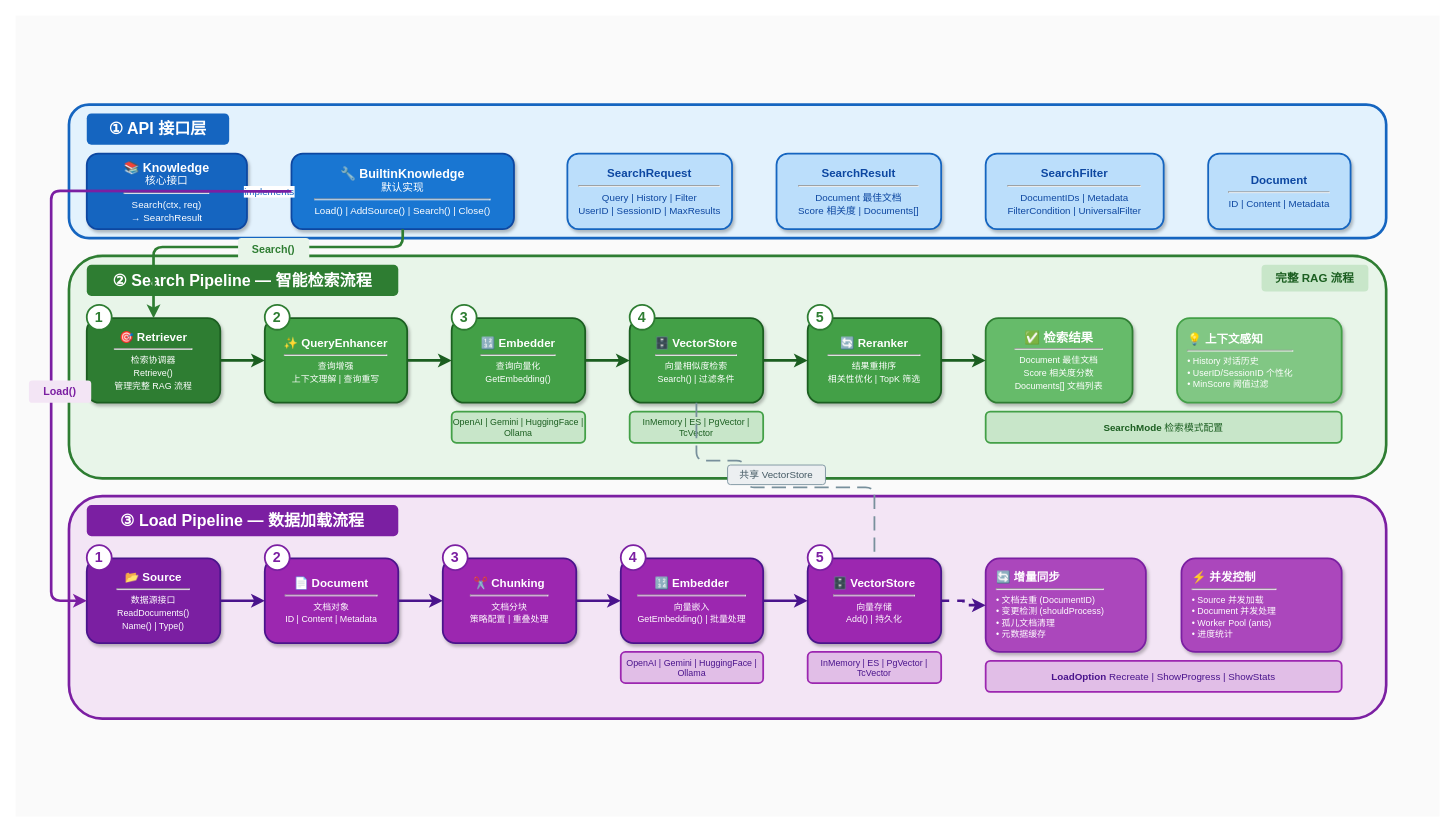
Before: knowledge/knowledge_architecture.drawio in sandyskies/trpc-agent-go, a draw.io diagram. Source tidied: cells renumbered, new cells numbered last; positions are measured from the earlier drawing's top-left corner, leaving out a move shared by most shapes. Both pictures are drawn from the tidied source at 89%, with x=0, y=0 at pixel (15, 15).
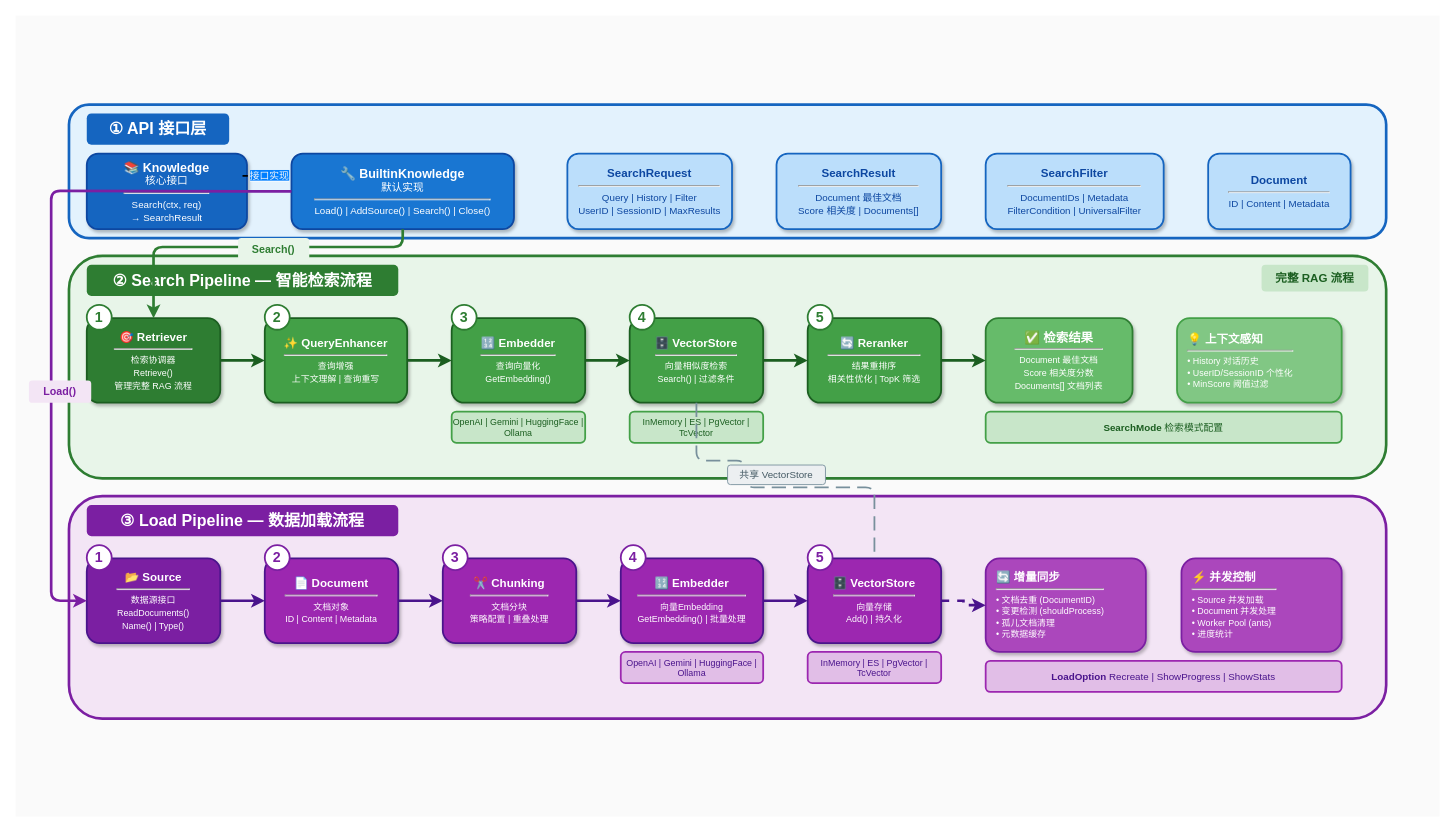
Above is the later version.

Unchanged cells that the change refers to:
```xml
<mxCell id="5" value="&lt;b style=&quot;font-size:14px&quot;&gt;📚 Knowledge&lt;/b&gt;&lt;br&gt;&lt;font style=&quot;font-size: 12px;&quot;&gt;核心接口&lt;/font&gt;&lt;hr style=&quot;margin:5px 0&quot;&gt;&lt;font style=&quot;font-size: 11px;&quot;&gt;Search(ctx, req)&lt;br&gt;→ SearchResult&lt;/font&gt;" style="rounded=1;whiteSpace=wrap;html=1;fillColor=#1565c0;strokeColor=#0d47a1;fontSize=12;align=center;fontColor=#ffffff;shadow=1;strokeWidth=2;" parent="1" vertex="1">
  <mxGeometry x="80" y="155" width="180" height="85" as="geometry" />
</mxCell>
<mxCell id="6" value="&lt;b style=&quot;font-size:14px&quot;&gt;🔧 BuiltinKnowledge&lt;/b&gt;&lt;br&gt;&lt;font style=&quot;font-size: 12px;&quot;&gt;默认实现&lt;/font&gt;&lt;hr style=&quot;margin:5px 0&quot;&gt;&lt;font style=&quot;font-size: 11px;&quot;&gt;Load() | AddSource() | Search() | Close()&lt;/font&gt;" style="rounded=1;whiteSpace=wrap;html=1;fillColor=#1976d2;strokeColor=#0d47a1;fontSize=12;align=center;fontColor=#ffffff;shadow=1;strokeWidth=2;" parent="1" vertex="1">
  <mxGeometry x="310" y="155" width="250" height="85" as="geometry" />
</mxCell>
<mxCell id="36" value="&lt;b style=&quot;font-size:13px&quot;&gt;📂 Source&lt;/b&gt;&lt;hr style=&quot;margin:4px 0&quot;&gt;&lt;font style=&quot;font-size: 10px;&quot;&gt;数据源接口&lt;br&gt;ReadDocuments()&lt;br&gt;Name() | Type()&lt;/font&gt;" style="rounded=1;whiteSpace=wrap;html=1;fillColor=#7b1fa2;strokeColor=#4a148c;fontSize=12;align=center;fontColor=#ffffff;shadow=1;strokeWidth=2;" parent="1" vertex="1">
  <mxGeometry x="80" y="610" width="150" height="95" as="geometry" />
</mxCell>
```

The edit, as a diff of the source:
```diff
@@
-    <mxCell id="7" value="implements" style="edgeStyle=orthogonalEdgeStyle;rounded=0;jettySize=auto;html=1;endArrow=block;endFill=0;dashed=1;fontSize=11;fontColor=#1565c0;strokeWidth=2;" parent="1" edge="1" source="5" target="6">
-      <mxGeometry relative="1" as="geometry" />
+    <mxCell id="7" value="&lt;font style=&quot;background-color: rgb(0, 127, 255);&quot; color=&quot;#f7f7f8&quot;&gt;接口实现&lt;/font&gt;" style="edgeStyle=orthogonalEdgeStyle;rounded=0;orthogonalLoop=1;jettySize=auto;html=1;endArrow=block;endFill=0;dashed=1;fontSize=11;fontColor=#1565c0;strokeWidth=2;" parent="1" edge="1">
+      <mxGeometry x="0.2" relative="1" as="geometry">
+        <mxPoint x="255" y="180" as="sourcePoint" />
+        <mxPoint x="305" y="180" as="targetPoint" />
+        <Array as="points">
+          <mxPoint x="275" y="180" />
+          <mxPoint x="275" y="180" />
+        </Array>
+      </mxGeometry>
     </mxCell>
@@
-    <mxCell id="42" value="&lt;b style=&quot;font-size:13px&quot;&gt;🔢 Embedder&lt;/b&gt;&lt;hr style=&quot;margin:4px 0&quot;&gt;&lt;font style=&quot;font-size: 10px;&quot;&gt;向量嵌入&lt;br&gt;GetEmbedding() | 批量处理&lt;/font&gt;" style="rounded=1;whiteSpace=wrap;html=1;fillColor=#9c27b0;strokeColor=#4a148c;fontSize=12;align=center;fontColor=#ffffff;shadow=1;strokeWidth=2;" parent="1" vertex="1">
+    <mxCell id="42" value="&lt;b style=&quot;font-size:13px&quot;&gt;🔢 Embedder&lt;/b&gt;&lt;hr style=&quot;margin:4px 0&quot;&gt;&lt;font style=&quot;font-size: 10px;&quot;&gt;向量Embedding&lt;br&gt;GetEmbedding() | 批量处理&lt;/font&gt;" style="rounded=1;whiteSpace=wrap;html=1;fillColor=#9c27b0;strokeColor=#4a148c;fontSize=12;align=center;fontColor=#ffffff;shadow=1;strokeWidth=2;" parent="1" vertex="1">
       <mxGeometry x="680" y="610" width="160" height="95" as="geometry" />
     </mxCell>
@@
     <mxCell id="58" style="edgeStyle=orthogonalEdgeStyle;rounded=1;jettySize=auto;html=1;endArrow=classic;endFill=1;strokeWidth=3;strokeColor=#7b1fa2;" parent="1" edge="1" source="6" target="36">
       <mxGeometry relative="1" as="geometry">
         <Array as="points">
-          <mxPoint x="300" y="197" />
+          <mxPoint x="300" y="198" />
           <mxPoint x="40" y="197" />
-          <mxPoint x="40" y="657" />
+          <mxPoint x="40" y="658" />
         </Array>
       </mxGeometry>
     </mxCell>
```
